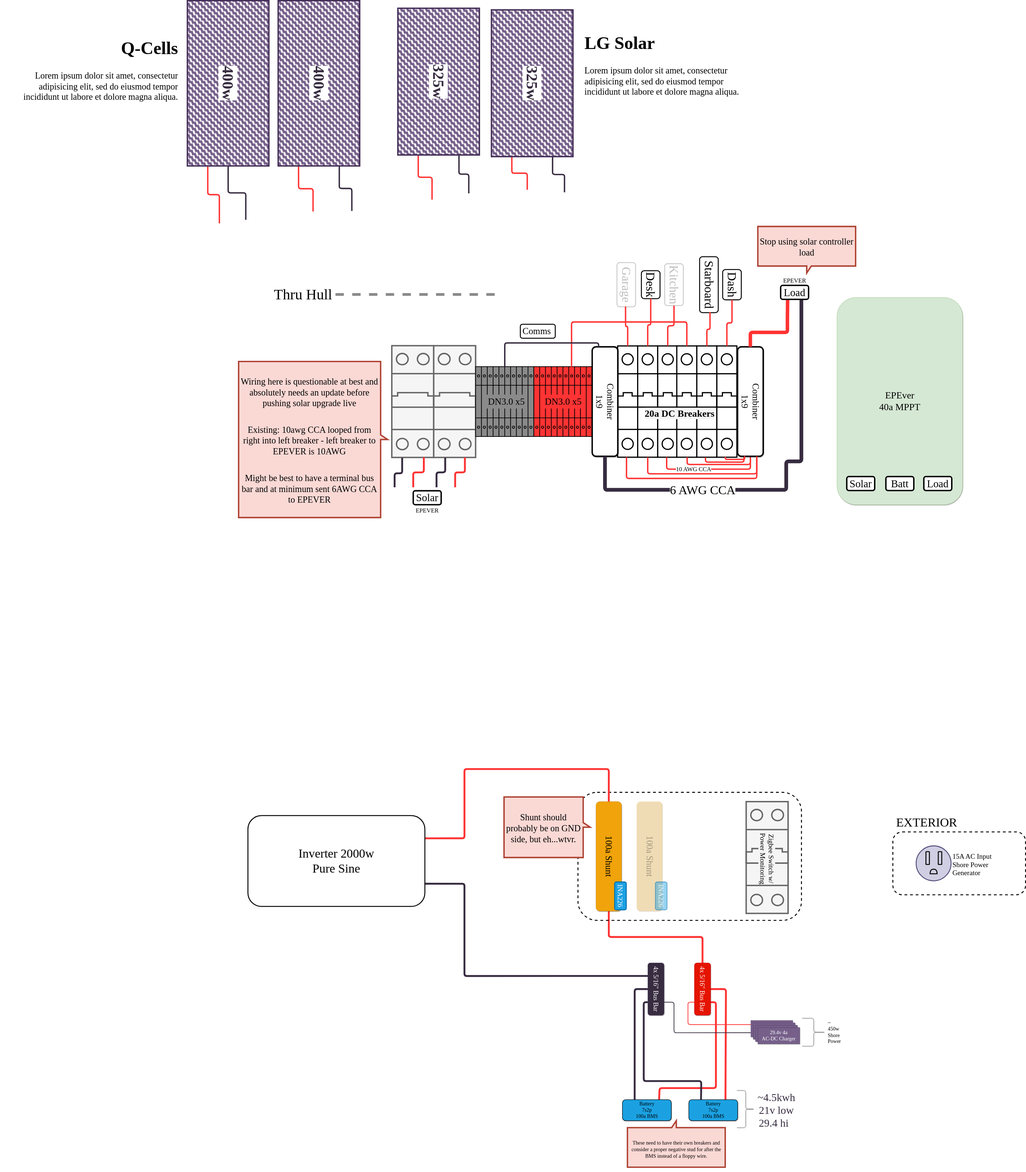
The draw.io diagram gary-bussy-electrical.drawio.svg in clomads/gary-bussy, before a commit. Source tidied: cells renumbered, new cells last; positions are measured from the earlier drawing's top-left corner, leaving out a move shared by most shapes.
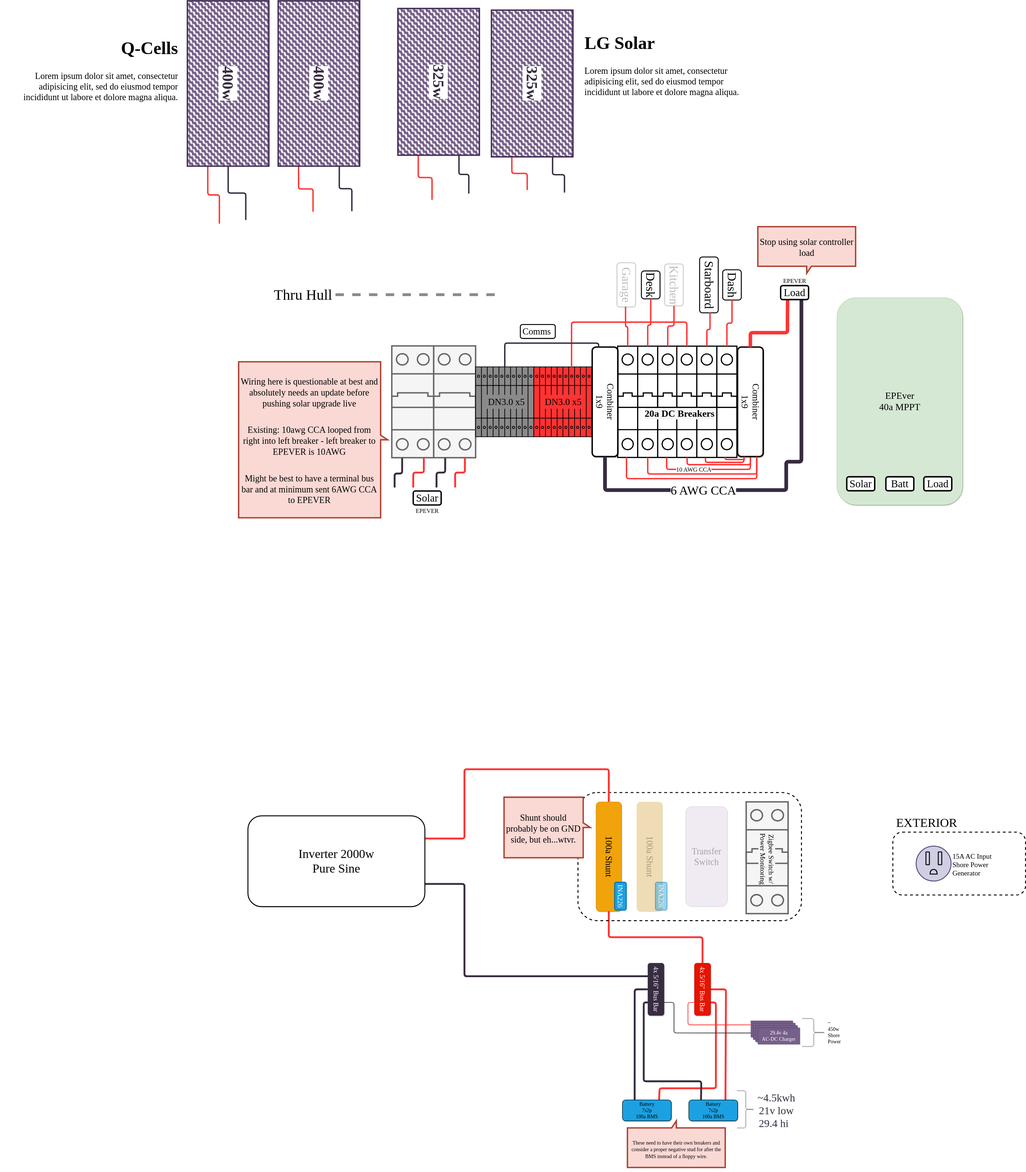
Later version of the same file.

The edit, as a diff of the source:
```diff
@@ -483,5 +483,8 @@
     <mxCell id="116" value="INA226" style="rounded=1;whiteSpace=wrap;html=1;sketch=0;strokeColor=#006EAF;strokeWidth=4;fontFamily=League Spartan;fontSource=https%3A%2F%2Ffonts.googleapis.com%2Fcss%3Ffamily%3DLeague%2BSpartan;fontSize=30;fillColor=#1ba1e2;horizontal=1;rotation=90;fontColor=#ffffff;opacity=45;textOpacity=90;" parent="114" vertex="1">
       <mxGeometry x="45.1" y="380.1" width="120" height="50" as="geometry" />
     </mxCell>
+    <mxCell id="117" value="Transfer&lt;br style=&quot;font-size: 38px;&quot;&gt;Switch" style="rounded=1;whiteSpace=wrap;html=1;fontSize=38;fontFamily=League Spartan;fontSource=https%3A%2F%2Ffonts.googleapis.com%2Fcss%3Ffamily%3DLeague%2BSpartan;fillColor=#e1d5e7;strokeColor=#9673a6;opacity=50;textOpacity=30;" parent="1" vertex="1">
+      <mxGeometry x="2941" y="3364" width="180" height="430" as="geometry" />
+    </mxCell>
   </root>
 </mxGraphModel>
```
